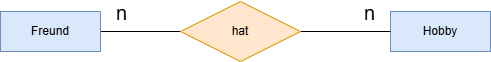
Above: slides/content/slides/Informatik/Database/assets/er-friend-hobby.drawio.png in HTL-Wolfsberg-Betriebsinformatik/skript (draw.io), before the change. Source tidied: cells renumbered, new cells last; positions are measured from the earlier drawing's top-left corner, leaving out a move shared by most shapes. Its diagram source:
```xml
<mxGraphModel>
  <root>
    <mxCell id="0" />
    <mxCell id="1" parent="0" />
    <mxCell id="2" style="edgeStyle=none;html=1;endArrow=none;endFill=0;" parent="1" edge="1" source="4" target="8">
      <mxGeometry relative="1" as="geometry" />
    </mxCell>
    <mxCell id="3" value="n" style="edgeLabel;html=1;align=center;verticalAlign=middle;fontSize=20;" parent="2" vertex="1">
      <mxGeometry x="-0.53" y="-2" relative="1" as="geometry">
        <mxPoint x="1" y="-22" as="offset" />
      </mxGeometry>
    </mxCell>
    <mxCell id="4" value="Freund" style="whiteSpace=wrap;html=1;align=center;fillColor=#dae8fc;strokeColor=#6c8ebf;" parent="1" vertex="1">
      <mxGeometry y="10" width="100" height="40" as="geometry" />
    </mxCell>
    <mxCell id="5" value="Hobby" style="whiteSpace=wrap;html=1;align=center;fillColor=#dae8fc;strokeColor=#6c8ebf;" parent="1" vertex="1">
      <mxGeometry x="390" y="10" width="100" height="40" as="geometry" />
    </mxCell>
    <mxCell id="6" style="edgeStyle=none;html=1;endArrow=none;endFill=0;" parent="1" edge="1" source="8" target="5">
      <mxGeometry relative="1" as="geometry" />
    </mxCell>
    <mxCell id="7" value="n" style="edgeLabel;html=1;align=center;verticalAlign=middle;fontSize=20;" parent="6" vertex="1">
      <mxGeometry x="0.51" relative="1" as="geometry">
        <mxPoint y="-20" as="offset" />
      </mxGeometry>
    </mxCell>
    <mxCell id="8" value="hat" style="shape=rhombus;perimeter=rhombusPerimeter;whiteSpace=wrap;html=1;align=center;fillColor=#ffe6cc;strokeColor=#d79b00;" parent="1" vertex="1">
      <mxGeometry x="180" width="120" height="60" as="geometry" />
    </mxCell>
  </root>
</mxGraphModel>
```
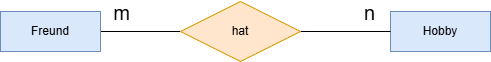
After the commit.

Diff of the diagram source:
```diff
@@ -5,7 +5,7 @@
     <mxCell id="2" style="edgeStyle=none;html=1;endArrow=none;endFill=0;" parent="1" edge="1" source="4" target="8">
       <mxGeometry relative="1" as="geometry" />
     </mxCell>
-    <mxCell id="3" value="n" style="edgeLabel;html=1;align=center;verticalAlign=middle;fontSize=20;" parent="2" vertex="1">
+    <mxCell id="3" value="m" style="edgeLabel;html=1;align=center;verticalAlign=middle;fontSize=20;" parent="2" vertex="1">
       <mxGeometry x="-0.53" y="-2" relative="1" as="geometry">
         <mxPoint x="1" y="-22" as="offset" />
       </mxGeometry>
```
